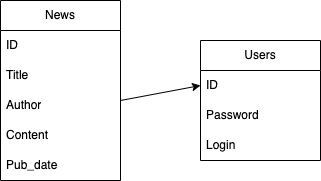
Earlier version of the draw.io export she_codes_news/news/static/news/images/erd.drawio.png (pauline-segi/django_news_project). Source tidied: cells renumbered, new cells last; positions are measured from the earlier drawing's top-left corner, leaving out a move shared by most shapes. The source it was exported from:
```xml
<mxGraphModel>
  <root>
    <mxCell id="0" />
    <mxCell id="1" parent="0" />
    <mxCell id="2" value="News" style="swimlane;fontStyle=0;horizontal=1;startSize=30;whiteSpace=wrap;html=1;" parent="1" vertex="1">
      <mxGeometry width="120" height="180" as="geometry" />
    </mxCell>
    <mxCell id="3" value="ID" style="text;strokeColor=none;fillColor=none;align=left;verticalAlign=middle;spacingLeft=4;spacingRight=4;overflow=hidden;whiteSpace=wrap;html=1;" parent="2" vertex="1">
      <mxGeometry y="30" width="120" height="30" as="geometry" />
    </mxCell>
    <mxCell id="4" value="Title" style="text;strokeColor=none;fillColor=none;align=left;verticalAlign=middle;spacingLeft=4;spacingRight=4;overflow=hidden;whiteSpace=wrap;html=1;" parent="2" vertex="1">
      <mxGeometry y="60" width="120" height="30" as="geometry" />
    </mxCell>
    <mxCell id="5" value="Author" style="text;strokeColor=none;fillColor=none;align=left;verticalAlign=middle;spacingLeft=4;spacingRight=4;overflow=hidden;whiteSpace=wrap;html=1;" parent="2" vertex="1">
      <mxGeometry y="90" width="120" height="30" as="geometry" />
    </mxCell>
    <mxCell id="6" value="Content" style="text;strokeColor=none;fillColor=none;align=left;verticalAlign=middle;spacingLeft=4;spacingRight=4;overflow=hidden;whiteSpace=wrap;html=1;" parent="2" vertex="1">
      <mxGeometry y="120" width="120" height="30" as="geometry" />
    </mxCell>
    <mxCell id="7" value="Pub_date" style="text;strokeColor=none;fillColor=none;align=left;verticalAlign=middle;spacingLeft=4;spacingRight=4;overflow=hidden;whiteSpace=wrap;html=1;" parent="2" vertex="1">
      <mxGeometry y="150" width="120" height="30" as="geometry" />
    </mxCell>
    <mxCell id="8" value="Users" style="swimlane;fontStyle=0;horizontal=1;startSize=30;whiteSpace=wrap;html=1;" parent="1" vertex="1">
      <mxGeometry x="200" y="40" width="120" height="120" as="geometry" />
    </mxCell>
    <mxCell id="9" value="ID" style="text;strokeColor=none;fillColor=none;align=left;verticalAlign=middle;spacingLeft=4;spacingRight=4;overflow=hidden;points=[[0,0.5],[1,0.5]];portConstraint=eastwest;whiteSpace=wrap;html=1;" parent="8" vertex="1">
      <mxGeometry y="30" width="120" height="30" as="geometry" />
    </mxCell>
    <mxCell id="10" value="Password" style="text;strokeColor=none;fillColor=none;align=left;verticalAlign=middle;spacingLeft=4;spacingRight=4;overflow=hidden;whiteSpace=wrap;html=1;" parent="8" vertex="1">
      <mxGeometry y="60" width="120" height="30" as="geometry" />
    </mxCell>
    <mxCell id="11" value="Login" style="text;strokeColor=none;fillColor=none;align=left;verticalAlign=middle;spacingLeft=4;spacingRight=4;overflow=hidden;whiteSpace=wrap;html=1;" parent="8" vertex="1">
      <mxGeometry y="90" width="120" height="30" as="geometry" />
    </mxCell>
    <mxCell id="12" style="endArrow=classic;html=1;" parent="1" edge="1">
      <mxGeometry relative="1" as="geometry">
        <mxPoint x="120" y="100" as="sourcePoint" />
        <mxPoint x="200" y="85" as="targetPoint" />
      </mxGeometry>
    </mxCell>
  </root>
</mxGraphModel>
```
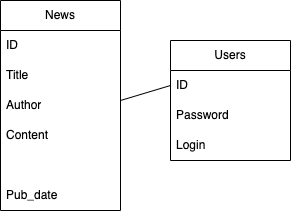
The same diagram one commit later.

Change to the diagram source:
```diff
@@ -3,7 +3,7 @@
     <mxCell id="0" />
     <mxCell id="1" parent="0" />
     <mxCell id="2" value="News" style="swimlane;fontStyle=0;horizontal=1;startSize=30;whiteSpace=wrap;html=1;" parent="1" vertex="1">
-      <mxGeometry width="120" height="180" as="geometry" />
+      <mxGeometry width="120" height="210" as="geometry" />
     </mxCell>
     <mxCell id="3" value="ID" style="text;strokeColor=none;fillColor=none;align=left;verticalAlign=middle;spacingLeft=4;spacingRight=4;overflow=hidden;whiteSpace=wrap;html=1;" parent="2" vertex="1">
       <mxGeometry y="30" width="120" height="30" as="geometry" />
@@ -17,11 +17,24 @@
     <mxCell id="6" value="Content" style="text;strokeColor=none;fillColor=none;align=left;verticalAlign=middle;spacingLeft=4;spacingRight=4;overflow=hidden;whiteSpace=wrap;html=1;" parent="2" vertex="1">
       <mxGeometry y="120" width="120" height="30" as="geometry" />
     </mxCell>
+    <mxCell id="13" style="text;strokeColor=none;fillColor=none;align=left;verticalAlign=middle;spacingLeft=4;spacingRight=4;overflow=hidden;whiteSpace=wrap;html=1;" parent="2" vertex="1">
+      <mxGeometry y="150" width="120" height="30" as="geometry" />
+    </mxCell>
     <mxCell id="7" value="Pub_date" style="text;strokeColor=none;fillColor=none;align=left;verticalAlign=middle;spacingLeft=4;spacingRight=4;overflow=hidden;whiteSpace=wrap;html=1;" parent="2" vertex="1">
-      <mxGeometry y="150" width="120" height="30" as="geometry" />
+      <mxGeometry y="180" width="120" height="30" as="geometry" />
     </mxCell>
+    <mxCell id="12" style="endArrow=classic;html=1;startArrow=none;" parent="1" edge="1" source="8">
+      <mxGeometry relative="1" as="geometry">
+        <mxPoint x="170" y="90" as="targetPoint" />
+      </mxGeometry>
+    </mxCell>
+    <mxCell id="14" style="endArrow=none;html=1;entryX=0;entryY=0.5;entryDx=0;entryDy=0;" parent="1" edge="1" target="9">
+      <mxGeometry relative="1" as="geometry">
+        <mxPoint x="120" y="100" as="sourcePoint" />
+      </mxGeometry>
+    </mxCell>
     <mxCell id="8" value="Users" style="swimlane;fontStyle=0;horizontal=1;startSize=30;whiteSpace=wrap;html=1;" parent="1" vertex="1">
-      <mxGeometry x="200" y="40" width="120" height="120" as="geometry" />
+      <mxGeometry x="170" y="40" width="120" height="120" as="geometry" />
     </mxCell>
     <mxCell id="9" value="ID" style="text;strokeColor=none;fillColor=none;align=left;verticalAlign=middle;spacingLeft=4;spacingRight=4;overflow=hidden;points=[[0,0.5],[1,0.5]];portConstraint=eastwest;whiteSpace=wrap;html=1;" parent="8" vertex="1">
       <mxGeometry y="30" width="120" height="30" as="geometry" />
@@ -32,11 +45,5 @@
     <mxCell id="11" value="Login" style="text;strokeColor=none;fillColor=none;align=left;verticalAlign=middle;spacingLeft=4;spacingRight=4;overflow=hidden;whiteSpace=wrap;html=1;" parent="8" vertex="1">
       <mxGeometry y="90" width="120" height="30" as="geometry" />
     </mxCell>
-    <mxCell id="12" style="endArrow=classic;html=1;" parent="1" edge="1">
-      <mxGeometry relative="1" as="geometry">
-        <mxPoint x="120" y="100" as="sourcePoint" />
-        <mxPoint x="200" y="85" as="targetPoint" />
-      </mxGeometry>
-    </mxCell>
   </root>
 </mxGraphModel>
```
